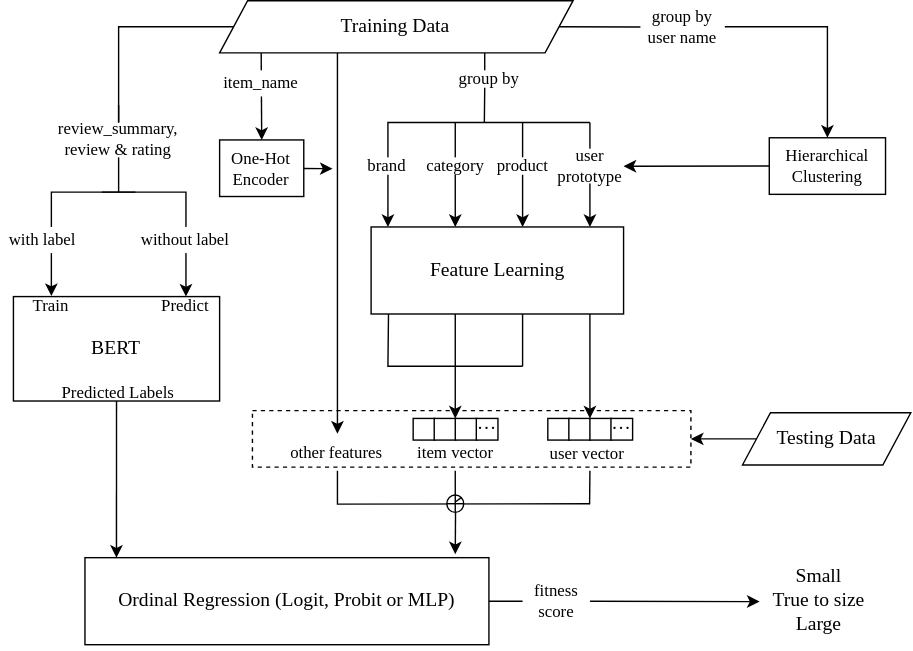
Above: report/figs/arch.drawio.svg in Dune-Z/Machine-Learning-Project (draw.io), before the change. Source tidied: cells renumbered, new cells last; positions are measured from the earlier drawing's top-left corner, leaving out a move shared by most shapes.
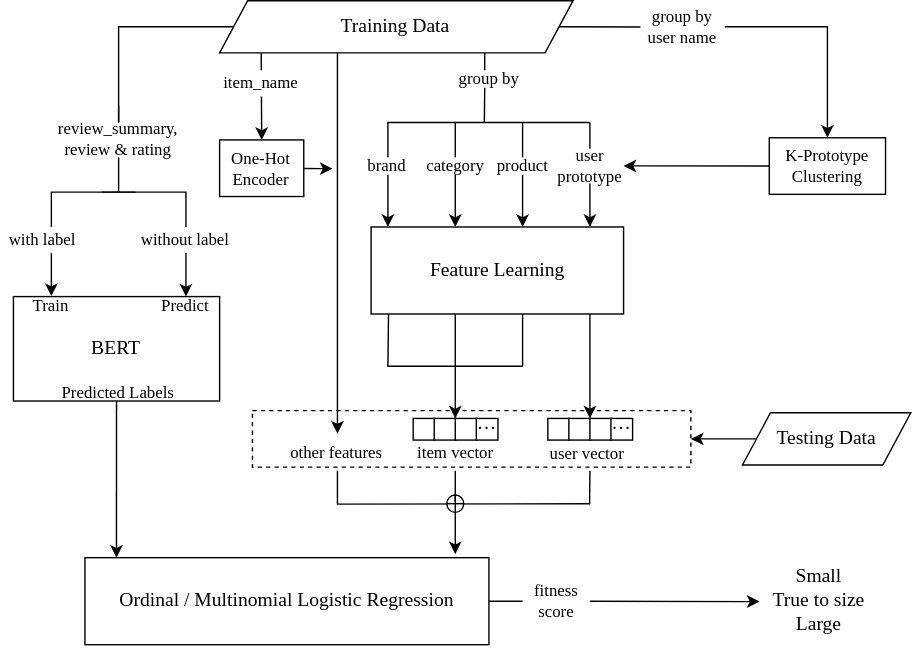
After the commit.

Diff of the diagram source:
```diff
@@ -31,7 +31,7 @@
     <mxCell id="8" value="Feature Learning" style="rounded=0;whiteSpace=wrap;html=1;fontSize=14;strokeColor=default;fillColor=default;fontFamily=Times New Roman;" parent="2" vertex="1">
       <mxGeometry x="264.5" y="161.6" width="180.3" height="62.2" as="geometry" />
     </mxCell>
-    <mxCell id="9" value="Hierarchical &lt;br style=&quot;font-size: 12px;&quot;&gt;Clustering" style="rounded=0;whiteSpace=wrap;html=1;fontSize=12;strokeColor=default;fillColor=default;fontFamily=Times New Roman;" parent="2" vertex="1">
+    <mxCell id="9" value="K-Prototype&lt;br style=&quot;font-size: 12px&quot;&gt;Clustering" style="rounded=0;whiteSpace=wrap;html=1;fontSize=12;strokeColor=default;fillColor=default;fontFamily=Times New Roman;" parent="2" vertex="1">
       <mxGeometry x="548.9" y="97.9" width="83" height="40.4" as="geometry" />
     </mxCell>
     <mxCell id="10" style="edgeStyle=elbowEdgeStyle;rounded=0;elbow=vertical;html=1;exitX=1;exitY=0.5;exitDx=0;exitDy=0;entryX=0.5;entryY=0;entryDx=0;entryDy=0;fontSize=14;endArrow=classic;endFill=1;fontFamily=Times New Roman;" parent="2" edge="1" source="11" target="9">
@@ -241,7 +241,7 @@
     <mxCell id="55" value="Predicted Labels" style="text;html=1;strokeColor=none;fillColor=none;align=center;verticalAlign=middle;whiteSpace=wrap;rounded=0;fontSize=12;fontFamily=Times New Roman;" parent="2" vertex="1">
       <mxGeometry x="36.1" y="273.5" width="96.2" height="12.4" as="geometry" />
     </mxCell>
-    <mxCell id="56" value="Ordinal Regression (Logit, Probit or MLP)" style="rounded=0;whiteSpace=wrap;html=1;fontSize=14;strokeColor=default;fillColor=default;fontFamily=Times New Roman;" parent="2" vertex="1">
+    <mxCell id="56" value="Ordinal / Multinomial Logistic Regression" style="rounded=0;whiteSpace=wrap;html=1;fontSize=14;strokeColor=default;fillColor=default;fontFamily=Times New Roman;" parent="2" vertex="1">
       <mxGeometry x="60.1" y="397.8" width="288.5" height="62.2" as="geometry" />
     </mxCell>
     <mxCell id="57" style="edgeStyle=none;rounded=0;html=1;exitX=0;exitY=0.5;exitDx=0;exitDy=0;entryX=1;entryY=0.5;entryDx=0;entryDy=0;fontSize=14;endArrow=classic;endFill=1;elbow=vertical;fontFamily=Times New Roman;" parent="2" edge="1" source="58" target="3">
```
